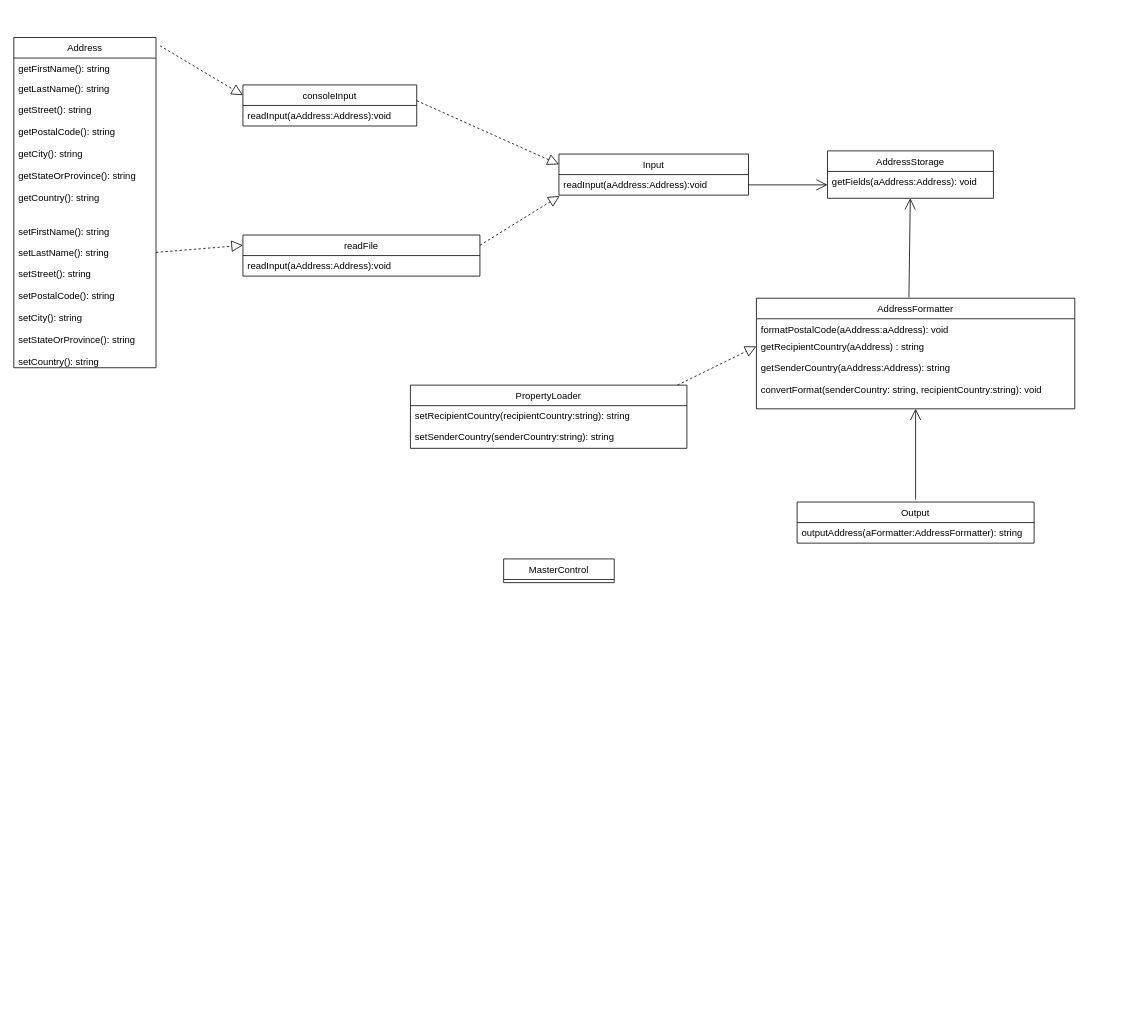
The draw.io diagram Quiz1.drawio in montyxrizzo/scripts, before the edit. Source tidied: cells renumbered, new cells numbered last; positions are measured from the earlier drawing's top-left corner, leaving out a move shared by most shapes. Both pictures are drawn from the tidied source at 79%, with x=0, y=0 at pixel (13, 37).
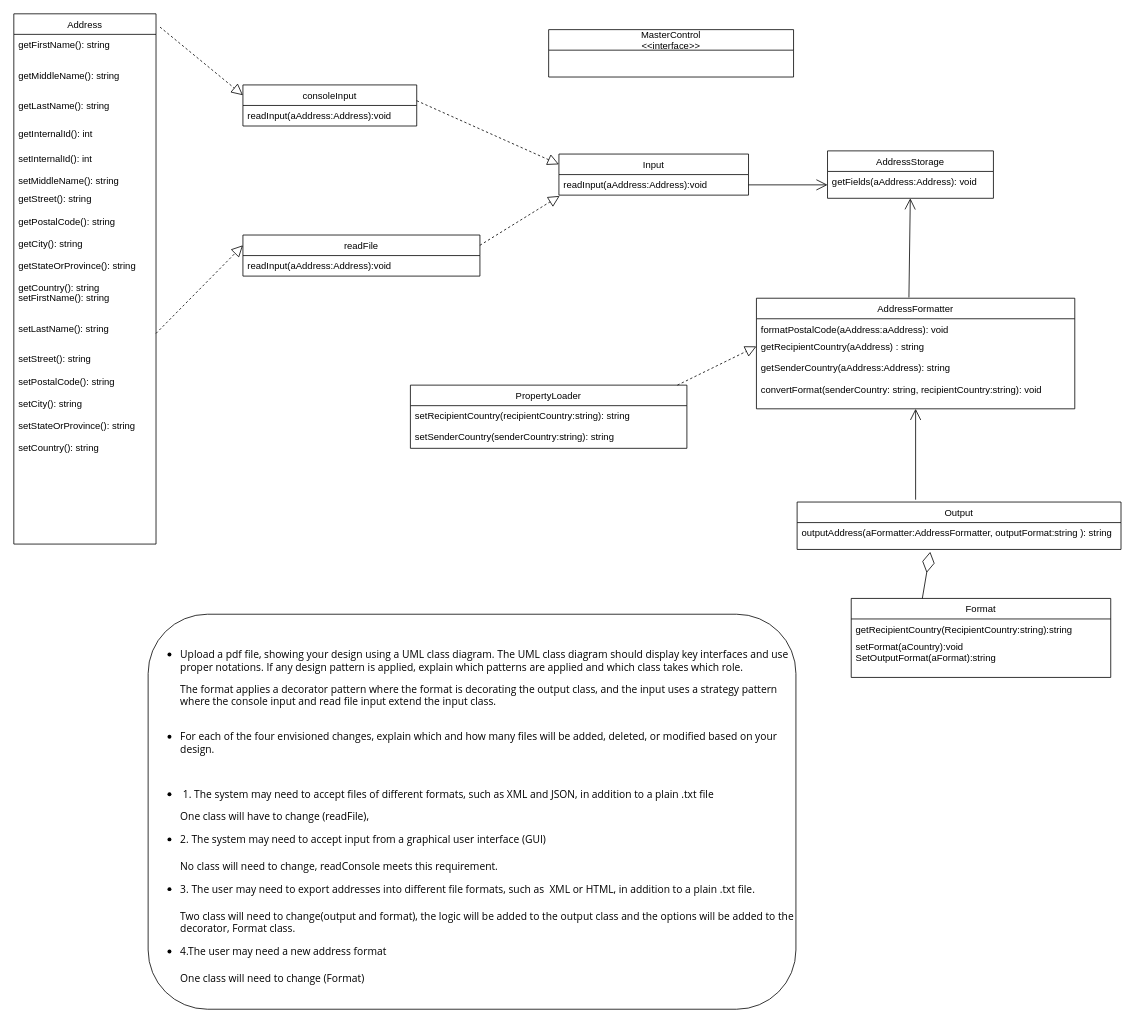
The same page after the edit.

Change to the diagram source:
```diff
@@
     <mxCell id="8" value="Output" style="swimlane;fontStyle=0;horizontal=1;startSize=26;fillColor=none;" parent="1" vertex="1">
-      <mxGeometry x="991.5" y="588" width="300" height="52" as="geometry" />
+      <mxGeometry x="991.5" y="588" width="410" height="60" as="geometry" />
     </mxCell>
-    <mxCell id="9" value="outputAddress(aFormatter:AddressFormatter): string" style="text;strokeColor=none;fillColor=none;align=left;verticalAlign=top;spacingLeft=4;spacingRight=4;overflow=hidden;points=[[0,0.5],[1,0.5]];portConstraint=eastwest;" parent="8" vertex="1">
-      <mxGeometry y="26" width="300" height="26" as="geometry" />
+    <mxCell id="9" value="outputAddress(aFormatter:AddressFormatter, outputFormat:string ): string" style="text;strokeColor=none;fillColor=none;align=left;verticalAlign=top;spacingLeft=4;spacingRight=4;overflow=hidden;points=[[0,0.5],[1,0.5]];portConstraint=eastwest;" parent="8" vertex="1">
+      <mxGeometry y="26" width="410" height="34" as="geometry" />
     </mxCell>
@@
     <mxCell id="18" style="group;" parent="1" vertex="1">
-      <mxGeometry width="180" height="447" as="geometry" />
+      <mxGeometry y="-30" width="180" height="690" as="geometry" />
     </mxCell>
     <mxCell id="19" value="setFirstName(): string" style="text;strokeColor=none;fillColor=none;align=left;verticalAlign=top;spacingLeft=4;spacingRight=4;overflow=hidden;" parent="18" vertex="1">
-      <mxGeometry y="233" width="180" height="26" as="geometry" />
+      <mxGeometry y="346.5" width="180" height="38.7" as="geometry" />
     </mxCell>
     <mxCell id="20" value="setStreet(): string&#10;&#10;setPostalCode(): string&#10;&#10;setCity(): string&#10;&#10;setStateOrProvince(): string&#10;&#10;setCountry(): string&#10;" style="text;strokeColor=none;fillColor=none;align=left;verticalAlign=top;spacingLeft=4;spacingRight=4;overflow=hidden;" parent="18" vertex="1">
-      <mxGeometry y="285" width="180" height="162" as="geometry" />
+      <mxGeometry y="423.8" width="180" height="240.9" as="geometry" />
     </mxCell>
     <mxCell id="21" style="group;" parent="18" vertex="1">
-      <mxGeometry width="180" height="418" as="geometry" />
+      <mxGeometry width="180" height="624.6" as="geometry" />
     </mxCell>
     <mxCell id="22" value="Address" style="swimlane;fontStyle=0;horizontal=1;startSize=26;fillColor=none;" parent="21" vertex="1">
-      <mxGeometry width="180" height="418" as="geometry" />
+      <mxGeometry width="180" height="671.2" as="geometry" />
     </mxCell>
     <mxCell id="23" value="getFirstName(): string" style="text;strokeColor=none;fillColor=none;align=left;verticalAlign=top;spacingLeft=4;spacingRight=4;overflow=hidden;" parent="22" vertex="1">
-      <mxGeometry y="26" width="180" height="26" as="geometry" />
+      <mxGeometry y="26" width="180" height="38.7" as="geometry" />
     </mxCell>
+    <mxCell id="39" value="getMiddleName(): string" style="text;strokeColor=none;fillColor=none;align=left;verticalAlign=top;spacingLeft=4;spacingRight=4;overflow=hidden;" parent="22" vertex="1">
+      <mxGeometry y="64.7" width="180" height="38.7" as="geometry" />
+    </mxCell>
     <mxCell id="24" value="getLastName(): string" style="text;strokeColor=none;fillColor=none;align=left;verticalAlign=top;spacingLeft=4;spacingRight=4;overflow=hidden;" parent="22" vertex="1">
-      <mxGeometry y="52" width="180" height="26" as="geometry" />
+      <mxGeometry y="103.3" width="180" height="35.7" as="geometry" />
     </mxCell>
+    <mxCell id="40" value="getInternalId(): int&#10;" style="text;strokeColor=none;fillColor=none;align=left;verticalAlign=top;spacingLeft=4;spacingRight=4;overflow=hidden;" parent="22" vertex="1">
+      <mxGeometry y="139" width="180" height="30.9" as="geometry" />
+    </mxCell>
+    <mxCell id="41" value="setInternalId(): int&#10;" style="text;strokeColor=none;fillColor=none;align=left;verticalAlign=top;spacingLeft=4;spacingRight=4;overflow=hidden;" parent="22" vertex="1">
+      <mxGeometry y="169.9" width="180" height="28.4" as="geometry" />
+    </mxCell>
+    <mxCell id="42" value="setMiddleName(): string" style="text;strokeColor=none;fillColor=none;align=left;verticalAlign=top;spacingLeft=4;spacingRight=4;overflow=hidden;" parent="22" vertex="1">
+      <mxGeometry y="198.3" width="180" height="472.9" as="geometry" />
+    </mxCell>
+    <mxCell id="26" value="setLastName(): string" style="text;strokeColor=none;fillColor=none;align=left;verticalAlign=top;spacingLeft=4;spacingRight=4;overflow=hidden;points=[[0,0.5],[1,0.5]];portConstraint=eastwest;" parent="21" vertex="1">
+      <mxGeometry y="385.2" width="180" height="38.7" as="geometry" />
+    </mxCell>
-    <mxCell id="25" value="getStreet(): string&#10;&#10;getPostalCode(): string&#10;&#10;getCity(): string&#10;&#10;getStateOrProvince(): string&#10;&#10;getCountry(): string" style="text;strokeColor=none;fillColor=none;align=left;verticalAlign=top;spacingLeft=4;spacingRight=4;overflow=hidden;" parent="22" vertex="1">
-      <mxGeometry y="78" width="180" height="340" as="geometry" />
+    <mxCell id="25" value="getStreet(): string&#10;&#10;getPostalCode(): string&#10;&#10;getCity(): string&#10;&#10;getStateOrProvince(): string&#10;&#10;getCountry(): string" style="text;strokeColor=none;fillColor=none;align=left;verticalAlign=top;spacingLeft=4;spacingRight=4;overflow=hidden;" parent="18" vertex="1">
+      <mxGeometry y="221.2" width="180" height="468.8" as="geometry" />
     </mxCell>
-    <mxCell id="26" value="setLastName(): string" style="text;strokeColor=none;fillColor=none;align=left;verticalAlign=top;spacingLeft=4;spacingRight=4;overflow=hidden;points=[[0,0.5],[1,0.5]];portConstraint=eastwest;" parent="21" vertex="1">
-      <mxGeometry y="259" width="180" height="26" as="geometry" />
-    </mxCell>
-    <mxCell id="27" value="MasterControl" style="swimlane;fontStyle=0;horizontal=1;startSize=26;fillColor=none;" parent="1" vertex="1">
-      <mxGeometry x="620" y="660" width="140" height="30" as="geometry" />
+    <mxCell id="27" value="MasterControl&#10;&lt;&lt;interface&gt;&gt;" style="swimlane;fontStyle=0;horizontal=1;startSize=26;fillColor=none;" parent="1" vertex="1">
+      <mxGeometry x="677" y="-10" width="310" height="60" as="geometry" />
     </mxCell>
@@
+    <mxCell id="43" value="&lt;ul style=&quot;font-family: &amp;#34;open sans&amp;#34; , sans-serif ; margin: 1em 0px ; padding: 0px 0px 0px 40px ; border: 0px ; outline: 0px ; font-size: small ; text-align: left ; text-shadow: none&quot;&gt;&lt;li style=&quot;font-family: inherit ; margin: 0px ; padding: 0px ; outline: 0px ; font-style: inherit ; font-size: 13px ; list-style-position: outside ; list-style-type: inherit ; text-shadow: none ; border: 0px&quot;&gt;Upload a pdf file, showing your design using a UML class diagram. The UML class diagram should display key interfaces and use proper notations. If any design pattern is applied, explain which patterns are applied and which class takes which role.&lt;/li&gt;&lt;/ul&gt;&lt;blockquote style=&quot;margin: 0 0 0 40px ; border: none ; padding: 0px&quot;&gt;&lt;div style=&quot;text-align: left&quot;&gt;&lt;font face=&quot;open sans, sans-serif&quot; size=&quot;2&quot;&gt;The format applies a decorator pattern where the format is decorating the output class, and the input uses a strategy pattern where the console input and read file input extend the input class.&lt;/font&gt;&lt;/div&gt;&lt;/blockquote&gt;&lt;div style=&quot;text-align: left&quot;&gt;&lt;font face=&quot;open sans, sans-serif&quot; size=&quot;2&quot;&gt;&lt;br&gt;&lt;/font&gt;&lt;/div&gt;&lt;ul style=&quot;font-family: &amp;#34;open sans&amp;#34; , sans-serif ; margin: 1em 0px ; padding: 0px 0px 0px 40px ; border: 0px ; outline: 0px ; font-size: small ; text-align: left ; text-shadow: none&quot;&gt;&lt;li style=&quot;font-family: inherit ; margin: 0px ; padding: 0px ; outline: 0px ; font-style: inherit ; font-size: 13px ; list-style-position: outside ; list-style-type: inherit ; text-shadow: none ; border: 0px&quot;&gt;For each of the four envisioned changes, explain which and how many files will be added, deleted, or modified based on your design.&lt;/li&gt;&lt;/ul&gt;&lt;div style=&quot;text-align: left&quot;&gt;&lt;font face=&quot;open sans, sans-serif&quot; size=&quot;2&quot;&gt;&lt;br&gt;&lt;/font&gt;&lt;/div&gt;&lt;ul style=&quot;font-family: &amp;#34;open sans&amp;#34; , sans-serif ; margin: 1em 0px ; padding: 0px 0px 0px 40px ; border: 0px ; outline: 0px ; font-size: small ; text-align: left ; text-shadow: none&quot;&gt;&lt;li style=&quot;font-family: inherit ; margin: 0px ; padding: 0px ; outline: 0px ; font-style: inherit ; font-size: 13px ; list-style-position: outside ; list-style-type: inherit ; text-shadow: none ; border: 0px&quot;&gt;&lt;span style=&quot;font-family: inherit ; font-style: inherit&quot;&gt;&amp;nbsp;&lt;/span&gt;&lt;span style=&quot;font-family: inherit ; font-style: inherit&quot;&gt;1.&amp;nbsp;&lt;/span&gt;&lt;span style=&quot;font-family: inherit ; font-style: inherit&quot;&gt;The system may need to accept files of different formats, such as XML and JSON, in addition to a plain .txt file&lt;/span&gt;&lt;/li&gt;&lt;/ul&gt;&lt;blockquote style=&quot;margin: 0 0 0 40px ; border: none ; padding: 0px&quot;&gt;&lt;div style=&quot;text-align: left&quot;&gt;&lt;font face=&quot;open sans, sans-serif&quot; size=&quot;2&quot;&gt;One class will have to change (readFile),&lt;/font&gt;&lt;/div&gt;&lt;/blockquote&gt;&lt;ul style=&quot;font-family: &amp;#34;open sans&amp;#34; , sans-serif ; margin: 1em 0px ; padding: 0px 0px 0px 40px ; border: 0px ; outline: 0px ; font-size: small ; text-align: left ; text-shadow: none&quot;&gt;&lt;li style=&quot;font-family: inherit ; margin: 0px 0px 6px ; padding: 0px 0px 6px ; outline: 0px ; font-style: inherit ; font-size: 13px ; list-style-position: outside ; list-style-type: inherit ; text-shadow: none ; border: 0px&quot;&gt;2. The system may need to accept input from a graphical user interface (GUI)&lt;/li&gt;&lt;/ul&gt;&lt;blockquote style=&quot;margin: 0 0 0 40px ; border: none ; padding: 0px&quot;&gt;&lt;div style=&quot;text-align: left&quot;&gt;&lt;font face=&quot;open sans, sans-serif&quot; size=&quot;2&quot;&gt;No class will&amp;nbsp;need to change, readConsole meets this requirement.&lt;/font&gt;&lt;/div&gt;&lt;/blockquote&gt;&lt;ul style=&quot;font-family: &amp;#34;open sans&amp;#34; , sans-serif ; margin: 1em 0px ; padding: 0px 0px 0px 40px ; border: 0px ; outline: 0px ; font-size: small ; text-align: left ; text-shadow: none&quot;&gt;&lt;li style=&quot;font-family: inherit ; margin: 0px 0px 6px ; padding: 0px 0px 6px ; outline: 0px ; font-style: inherit ; font-size: 13px ; list-style-position: outside ; list-style-type: inherit ; text-shadow: none ; border: 0px&quot;&gt;3. The user may need to export addresses into different file formats, such as &amp;nbsp;XML or HTML, in addition to a plain .txt file.&lt;/li&gt;&lt;/ul&gt;&lt;blockquote style=&quot;margin: 0 0 0 40px ; border: none ; padding: 0px&quot;&gt;&lt;div style=&quot;text-align: left&quot;&gt;&lt;font face=&quot;open sans, sans-serif&quot; size=&quot;2&quot;&gt;Two class will need to change(output and format), the&amp;nbsp;logic will be added to the output class and the options will be added to the decorator, Format class.&amp;nbsp;&lt;/font&gt;&lt;/div&gt;&lt;/blockquote&gt;&lt;ul style=&quot;font-family: &amp;#34;open sans&amp;#34; , sans-serif ; margin: 1em 0px ; padding: 0px 0px 0px 40px ; border: 0px ; outline: 0px ; font-size: small ; text-align: left ; text-shadow: none&quot;&gt;&lt;li style=&quot;font-family: inherit ; margin: 0px 0px 6px ; padding: 0px 0px 6px ; outline: 0px ; font-style: inherit ; font-size: 13px ; list-style-position: outside ; list-style-type: inherit ; text-shadow: none ; border: 0px&quot;&gt;4.The user may need a new address format&lt;/li&gt;&lt;/ul&gt;&lt;blockquote style=&quot;margin: 0 0 0 40px ; border: none ; padding: 0px&quot;&gt;&lt;div&gt;&lt;div style=&quot;text-align: left&quot;&gt;&lt;font face=&quot;open sans, sans-serif&quot; size=&quot;2&quot;&gt;One class will need to change (Format)&lt;/font&gt;&lt;/div&gt;&lt;/div&gt;&lt;/blockquote&gt;" style="rounded=1;whiteSpace=wrap;html=1;" parent="1" vertex="1">
+      <mxGeometry x="170" y="730" width="820" height="500" as="geometry" />
+    </mxCell>
+    <mxCell id="44" value="Format" style="swimlane;fontStyle=0;horizontal=1;startSize=26;fillColor=none;" parent="1" vertex="1">
+      <mxGeometry x="1060" y="710" width="328.5" height="100" as="geometry" />
+    </mxCell>
+    <mxCell id="45" value="getRecipientCountry(RecipientCountry:string):string" style="text;strokeColor=none;fillColor=none;align=left;verticalAlign=top;spacingLeft=4;spacingRight=4;overflow=hidden;" parent="44" vertex="1">
+      <mxGeometry y="26" width="328.5" height="22" as="geometry" />
+    </mxCell>
+    <mxCell id="46" value="setFormat(aCountry):void&#10;SetOutputFormat(aFormat):string" style="text;strokeColor=none;fillColor=none;align=left;verticalAlign=top;spacingLeft=4;spacingRight=4;overflow=hidden;" parent="44" vertex="1">
+      <mxGeometry y="48" width="328.5" height="52" as="geometry" />
+    </mxCell>
+    <mxCell id="47" style="endArrow=diamondThin;endFill=0;endSize=24;html=1;entryX=0.411;entryY=1.088;entryDx=0;entryDy=0;entryPerimeter=0;" parent="1" edge="1" target="9">
+      <mxGeometry relative="1" as="geometry">
+        <mxPoint x="1150" y="710" as="sourcePoint" />
+      </mxGeometry>
+    </mxCell>
```
